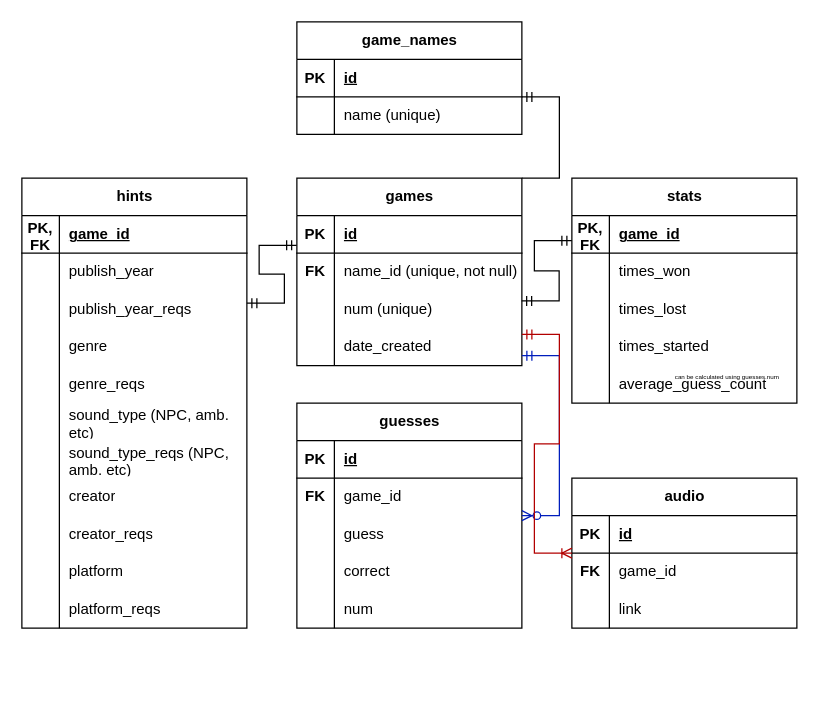
Before: design/db.drawio in SmariF89/guess-master, a draw.io diagram. Source tidied: cells renumbered, new cells numbered last; positions are measured from the earlier drawing's top-left corner, leaving out a move shared by most shapes. Both pictures are drawn from the tidied source at 125%, with x=0, y=0 at pixel (21, 21).
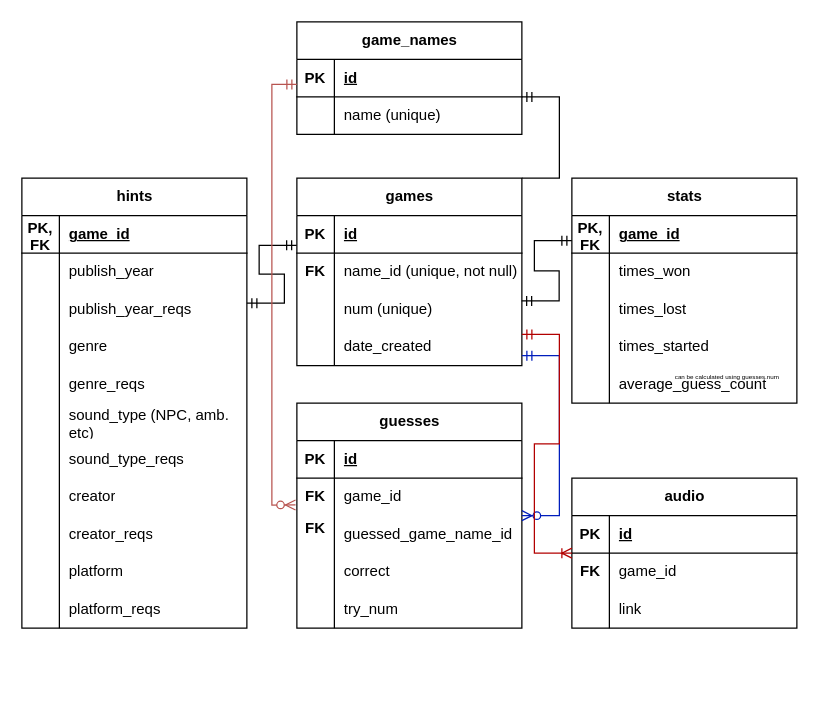
The same page after the edit.

Commit message (it also covers changes not shown here):
Improved db design. Added to .gitignore.

Unchanged cells that the change refers to:
```xml
<mxCell id="45" style="shape=tableRow;horizontal=0;startSize=0;swimlaneHead=0;swimlaneBody=0;fillColor=none;points=[[0,0.5],[1,0.5]];portConstraint=eastwest;top=0;left=0;right=0;bottom=0;" parent="41" vertex="1">
  <mxGeometry y="60" width="180" height="30" as="geometry" />
</mxCell>
<mxCell id="48" style="shape=tableRow;horizontal=0;startSize=0;swimlaneHead=0;swimlaneBody=0;fillColor=none;top=0;left=0;right=0;bottom=0;" parent="41" vertex="1">
  <mxGeometry y="90" width="180" height="30" as="geometry" />
</mxCell>
<mxCell id="54" style="shape=tableRow;horizontal=0;startSize=0;swimlaneHead=0;swimlaneBody=0;fillColor=none;top=0;left=0;right=0;bottom=0;" parent="41" vertex="1">
  <mxGeometry y="150" width="180" height="30" as="geometry" />
</mxCell>
<mxCell id="76" style="shape=tableRow;horizontal=0;startSize=0;swimlaneHead=0;swimlaneBody=0;fillColor=none;top=0;left=0;right=0;bottom=0;" parent="57" vertex="1">
  <mxGeometry y="210" width="180" height="30" as="geometry" />
</mxCell>
<mxCell id="98" style="shape=tableRow;horizontal=0;startSize=0;swimlaneHead=0;swimlaneBody=0;fillColor=none;points=[[0,0.5],[1,0.5]];portConstraint=eastwest;top=0;left=0;right=0;bottom=1;" parent="97" vertex="1">
  <mxGeometry y="30" width="180" height="30" as="geometry" />
</mxCell>
```

What changed in the source:
```diff
@@
-    <mxCell id="50" value="guess" style="shape=partialRectangle;fillColor=none;top=0;left=0;bottom=0;right=0;align=left;spacingLeft=6;overflow=hidden;whiteSpace=wrap;html=1;" parent="48" vertex="1">
+    <mxCell id="50" value="guessed_game_name_id" style="shape=partialRectangle;fillColor=none;top=0;left=0;bottom=0;right=0;align=left;spacingLeft=6;overflow=hidden;whiteSpace=wrap;html=1;" parent="48" vertex="1">
       <mxGeometry x="30" width="150" height="30" as="geometry" />
     </mxCell>
@@
-    <mxCell id="56" value="num" style="shape=partialRectangle;fillColor=none;top=0;left=0;bottom=0;right=0;align=left;spacingLeft=6;overflow=hidden;whiteSpace=wrap;html=1;" parent="54" vertex="1">
+    <mxCell id="56" value="try_num" style="shape=partialRectangle;fillColor=none;top=0;left=0;bottom=0;right=0;align=left;spacingLeft=6;overflow=hidden;whiteSpace=wrap;html=1;" parent="54" vertex="1">
       <mxGeometry x="30" width="150" height="30" as="geometry" />
     </mxCell>
@@
-    <mxCell id="78" value="sound_type_reqs (NPC, amb. etc)" style="shape=partialRectangle;fillColor=none;top=0;left=0;bottom=0;right=0;align=left;spacingLeft=6;overflow=hidden;whiteSpace=wrap;html=1;" parent="76" vertex="1">
+    <mxCell id="78" value="sound_type_reqs" style="shape=partialRectangle;fillColor=none;top=0;left=0;bottom=0;right=0;align=left;spacingLeft=6;overflow=hidden;whiteSpace=wrap;html=1;" parent="76" vertex="1">
       <mxGeometry x="30" width="150" height="30" as="geometry" />
     </mxCell>
@@
-    <mxCell id="91" style="shape=tableRow;horizontal=0;startSize=0;swimlaneHead=0;swimlaneBody=0;fillColor=none;top=0;left=0;right=0;bottom=0;" parent="1" vertex="1">
-      <mxGeometry x="220" y="500" width="180" height="30" as="geometry" />
-    </mxCell>
@@
+    <mxCell id="106" value="&lt;b&gt;FK&lt;/b&gt;" style="shape=partialRectangle;fillColor=none;top=0;left=0;bottom=0;right=0;overflow=hidden;whiteSpace=wrap;html=1;" parent="1" vertex="1">
+      <mxGeometry x="220" y="390" width="30" height="30" as="geometry" />
+    </mxCell>
+    <mxCell id="107" style="edgeStyle=orthogonalEdgeStyle;fontSize=12;html=1;endArrow=ERzeroToMany;startArrow=ERmandOne;rounded=0;fillColor=#f8cecc;strokeColor=#b85450;entryX=-0.006;entryY=0.716;entryDx=0;entryDy=0;entryPerimeter=0;exitX=0;exitY=0.667;exitDx=0;exitDy=0;exitPerimeter=0;" parent="1" edge="1" source="98" target="45">
+      <mxGeometry relative="1" as="geometry">
+        <Array as="points">
+          <mxPoint x="200" y="50" />
+          <mxPoint x="200" y="387" />
+        </Array>
+      </mxGeometry>
+    </mxCell>
```
